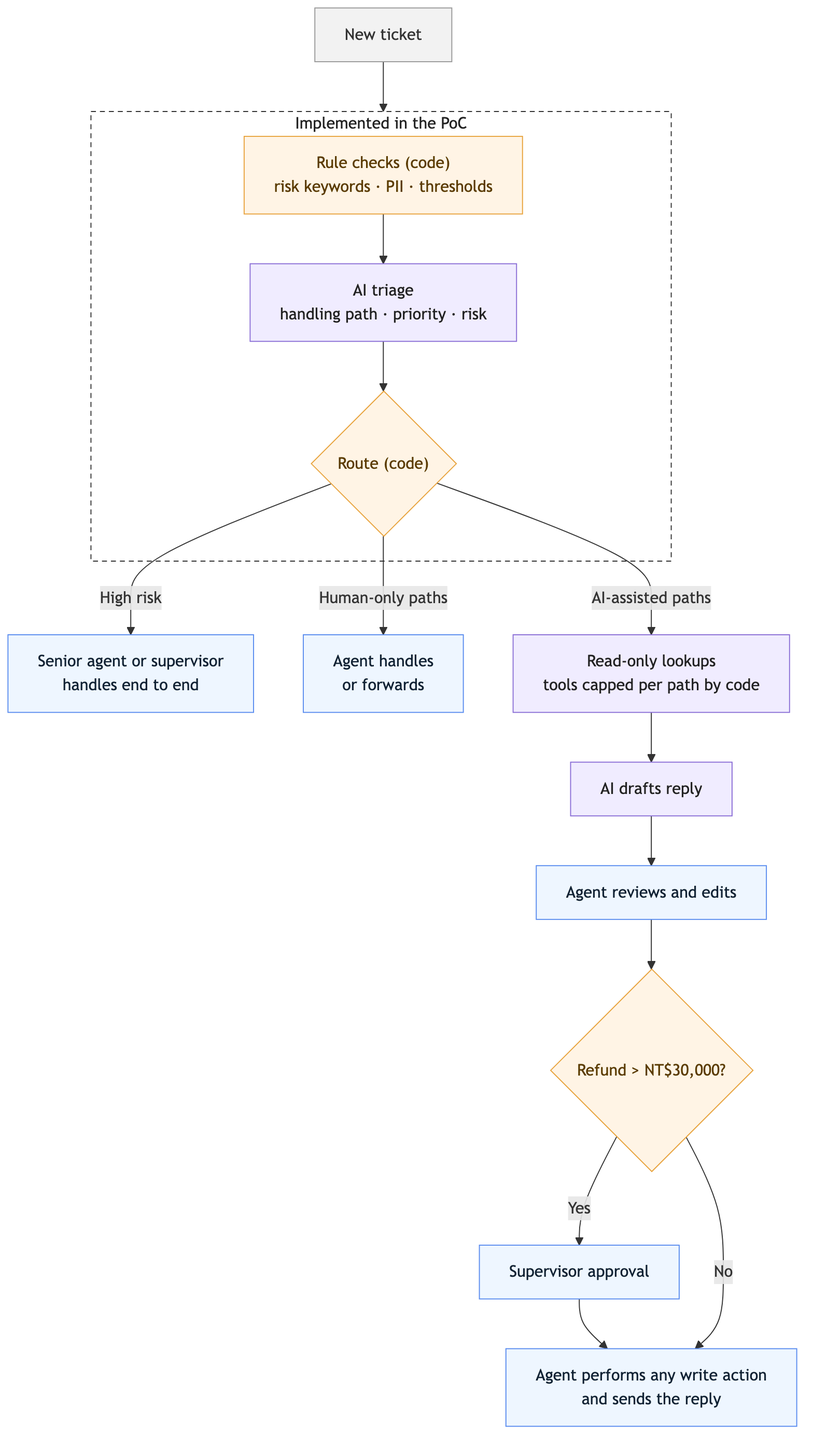
Earlier version of the Mermaid export docs/figures/workflow_overview.png (wei-yiting/travel-support-ai-case-study). Its source is kept beside it as docs/figures/workflow_overview.mmd.
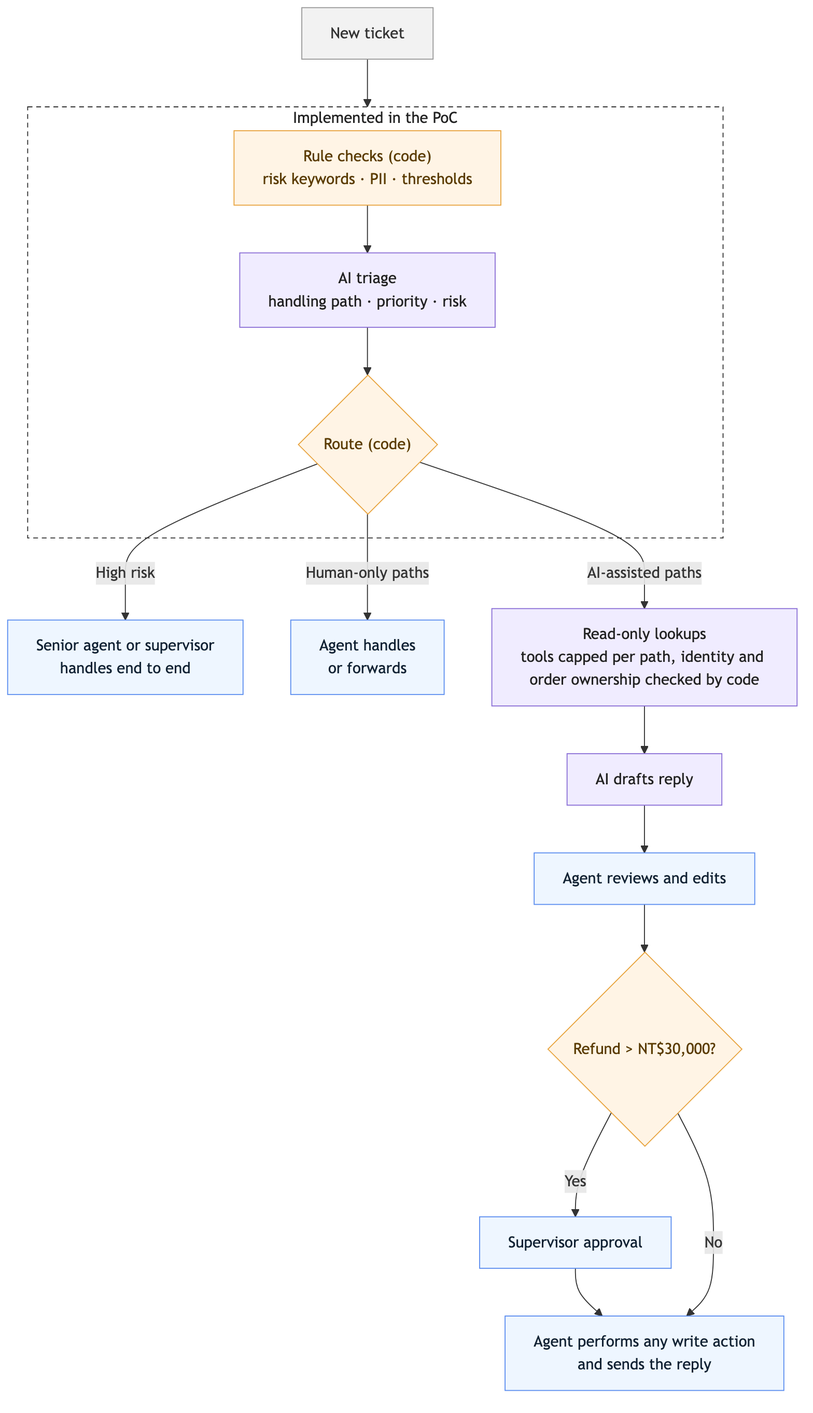
After the commit.

The edit, as a diff of the source:
```diff
@@ -9,7 +9,7 @@
 
   RT -- "High risk" --> HR["Senior agent or supervisor<br/>handles end to end"]
   RT -- "Human-only paths" --> HU["Agent handles<br/>or forwards"]
-  RT -- "AI-assisted paths" --> L["Read-only lookups<br/>tools capped per path by code"]
+  RT -- "AI-assisted paths" --> L["Read-only lookups<br/>tools capped per path, identity and order ownership checked by code"]
   L --> D["AI drafts reply"]
   D --> K["Agent reviews and edits"]
   K --> J{"Refund > NT$30,000?"}
```
